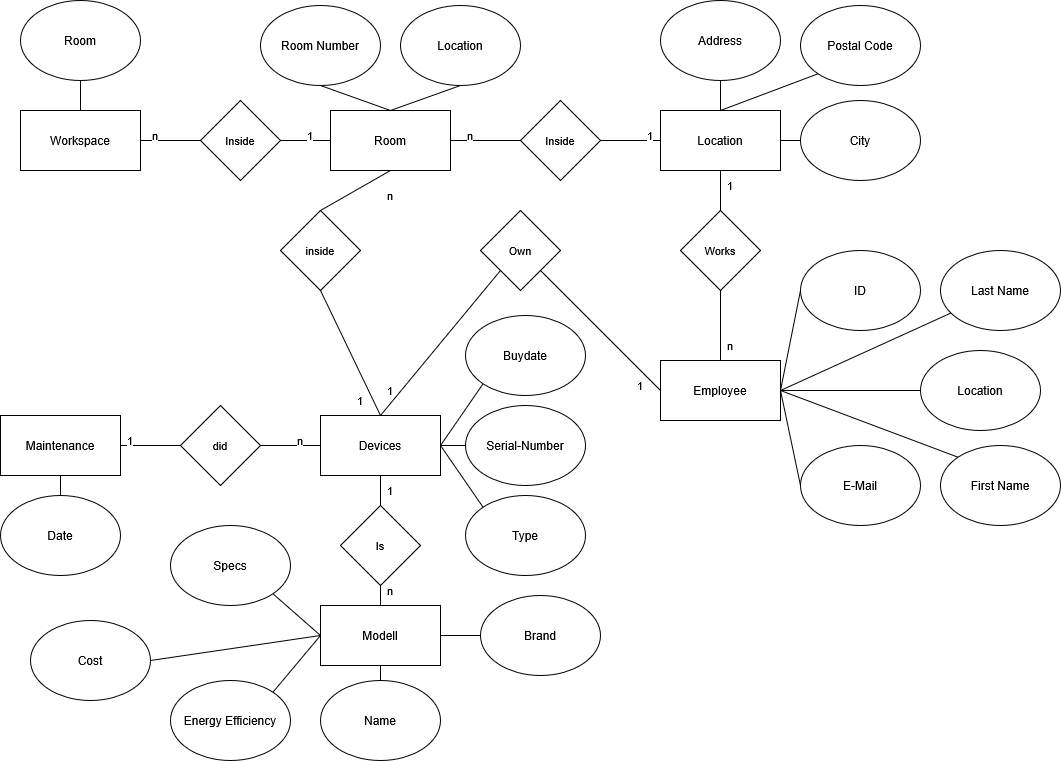
Before: Planing/ERD-Modell.png, a diagram exported from draw.io (Moesly2904/Learning_Field_02). Source tidied: cells renumbered, new cells last; positions are measured from the earlier drawing's top-left corner, leaving out a move shared by most shapes.
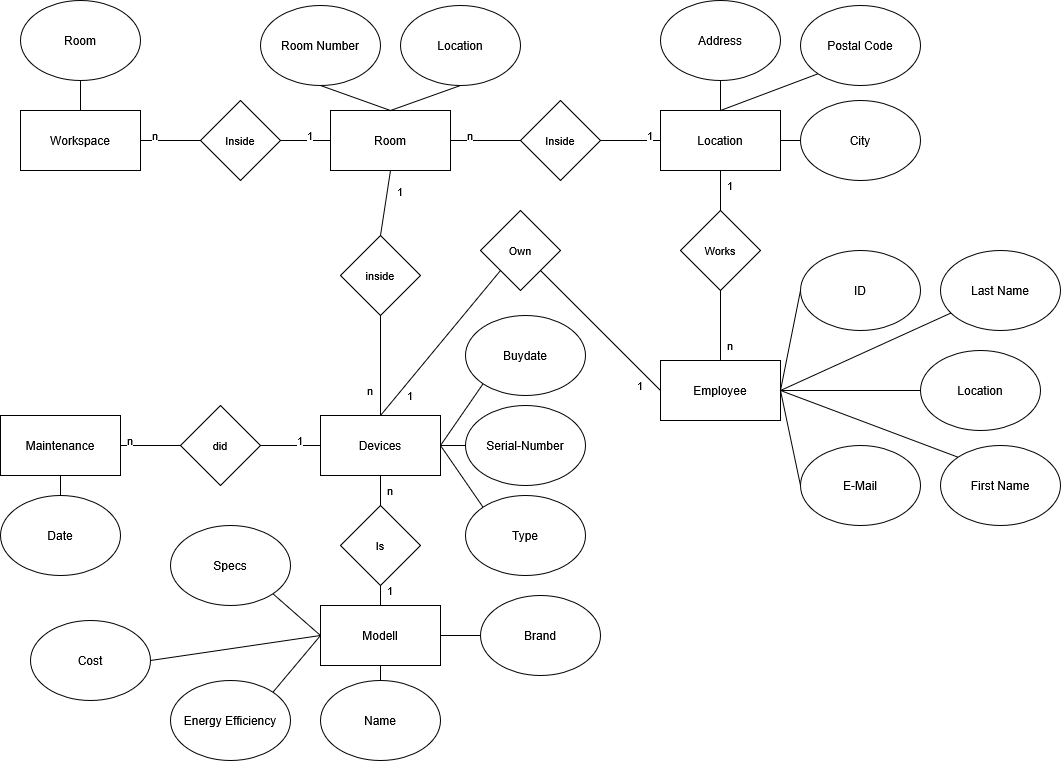
The same diagram one commit later.

What changed in the source:
```diff
@@ -178,7 +178,7 @@
       <mxGeometry x="480" y="210" width="80" height="80" as="geometry" />
     </mxCell>
     <mxCell id="59" value="1" style="text;html=1;whiteSpace=wrap;strokeColor=none;fillColor=none;align=center;verticalAlign=middle;rounded=0;fontFamily=Helvetica;fontSize=11;fontColor=default;labelBackgroundColor=default;" parent="1" vertex="1">
-      <mxGeometry x="360" y="375" width="60" height="30" as="geometry" />
+      <mxGeometry x="380" y="380" width="60" height="30" as="geometry" />
     </mxCell>
     <mxCell id="60" value="1" style="text;html=1;whiteSpace=wrap;strokeColor=none;fillColor=none;align=center;verticalAlign=middle;rounded=0;fontFamily=Helvetica;fontSize=11;fontColor=default;labelBackgroundColor=default;" parent="1" vertex="1">
       <mxGeometry x="610" y="370" width="60" height="30" as="geometry" />
@@ -192,13 +192,13 @@
     <mxCell id="63" value="did" style="rhombus;whiteSpace=wrap;html=1;fontFamily=Helvetica;fontSize=11;fontColor=default;labelBackgroundColor=default;" parent="1" vertex="1">
       <mxGeometry x="180" y="405" width="80" height="80" as="geometry" />
     </mxCell>
-    <mxCell id="64" value="1" style="text;html=1;whiteSpace=wrap;strokeColor=none;fillColor=none;align=center;verticalAlign=middle;rounded=0;fontFamily=Helvetica;fontSize=11;fontColor=default;labelBackgroundColor=default;" parent="1" vertex="1">
+    <mxCell id="64" value="n" style="text;html=1;whiteSpace=wrap;strokeColor=none;fillColor=none;align=center;verticalAlign=middle;rounded=0;fontFamily=Helvetica;fontSize=11;fontColor=default;labelBackgroundColor=default;" parent="1" vertex="1">
       <mxGeometry x="100" y="425" width="60" height="30" as="geometry" />
     </mxCell>
-    <mxCell id="65" value="n" style="text;html=1;whiteSpace=wrap;strokeColor=none;fillColor=none;align=center;verticalAlign=middle;rounded=0;fontFamily=Helvetica;fontSize=11;fontColor=default;labelBackgroundColor=default;" parent="1" vertex="1">
+    <mxCell id="65" value="1" style="text;html=1;whiteSpace=wrap;strokeColor=none;fillColor=none;align=center;verticalAlign=middle;rounded=0;fontFamily=Helvetica;fontSize=11;fontColor=default;labelBackgroundColor=default;" parent="1" vertex="1">
       <mxGeometry x="270" y="425" width="60" height="30" as="geometry" />
     </mxCell>
-    <mxCell id="66" value="1" style="text;html=1;whiteSpace=wrap;strokeColor=none;fillColor=none;align=center;verticalAlign=middle;rounded=0;fontFamily=Helvetica;fontSize=11;fontColor=default;labelBackgroundColor=default;" parent="1" vertex="1">
+    <mxCell id="66" value="n" style="text;html=1;whiteSpace=wrap;strokeColor=none;fillColor=none;align=center;verticalAlign=middle;rounded=0;fontFamily=Helvetica;fontSize=11;fontColor=default;labelBackgroundColor=default;" parent="1" vertex="1">
       <mxGeometry x="360" y="475" width="60" height="30" as="geometry" />
     </mxCell>
     <mxCell id="67" style="edgeStyle=none;shape=connector;rounded=0;jettySize=auto;html=1;exitX=0.5;exitY=0;exitDx=0;exitDy=0;entryX=0.5;entryY=1;entryDx=0;entryDy=0;strokeColor=default;align=center;verticalAlign=middle;fontFamily=Helvetica;fontSize=11;fontColor=default;labelBackgroundColor=default;endArrow=none;endFill=0;" parent="1" edge="1" source="68" target="5">
@@ -207,7 +207,7 @@
     <mxCell id="68" value="Is" style="rhombus;whiteSpace=wrap;html=1;fontFamily=Helvetica;fontSize=11;fontColor=default;labelBackgroundColor=default;" parent="1" vertex="1">
       <mxGeometry x="340" y="505" width="80" height="80" as="geometry" />
     </mxCell>
-    <mxCell id="69" value="n" style="text;html=1;whiteSpace=wrap;strokeColor=none;fillColor=none;align=center;verticalAlign=middle;rounded=0;fontFamily=Helvetica;fontSize=11;fontColor=default;labelBackgroundColor=default;" parent="1" vertex="1">
+    <mxCell id="69" value="1" style="text;html=1;whiteSpace=wrap;strokeColor=none;fillColor=none;align=center;verticalAlign=middle;rounded=0;fontFamily=Helvetica;fontSize=11;fontColor=default;labelBackgroundColor=default;" parent="1" vertex="1">
       <mxGeometry x="360" y="575" width="60" height="30" as="geometry" />
     </mxCell>
     <mxCell id="70" style="edgeStyle=none;shape=connector;rounded=0;jettySize=auto;html=1;exitX=1;exitY=1;exitDx=0;exitDy=0;entryX=0;entryY=0.5;entryDx=0;entryDy=0;strokeColor=default;align=center;verticalAlign=middle;fontFamily=Helvetica;fontSize=11;fontColor=default;labelBackgroundColor=default;endArrow=none;endFill=0;" parent="1" edge="1" source="71" target="9">
@@ -244,13 +244,13 @@
       <mxGeometry relative="1" as="geometry" />
     </mxCell>
     <mxCell id="81" value="inside" style="rhombus;whiteSpace=wrap;html=1;fontFamily=Helvetica;fontSize=11;fontColor=default;labelBackgroundColor=default;" parent="1" vertex="1">
-      <mxGeometry x="280" y="210" width="80" height="80" as="geometry" />
+      <mxGeometry x="340" y="235" width="80" height="80" as="geometry" />
     </mxCell>
-    <mxCell id="82" value="1" style="text;html=1;whiteSpace=wrap;strokeColor=none;fillColor=none;align=center;verticalAlign=middle;rounded=0;fontFamily=Helvetica;fontSize=11;fontColor=default;labelBackgroundColor=default;" parent="1" vertex="1">
-      <mxGeometry x="330" y="385" width="60" height="30" as="geometry" />
+    <mxCell id="82" value="n" style="text;html=1;whiteSpace=wrap;strokeColor=none;fillColor=none;align=center;verticalAlign=middle;rounded=0;fontFamily=Helvetica;fontSize=11;fontColor=default;labelBackgroundColor=default;" parent="1" vertex="1">
+      <mxGeometry x="340" y="375" width="60" height="30" as="geometry" />
     </mxCell>
-    <mxCell id="83" value="n" style="text;html=1;whiteSpace=wrap;strokeColor=none;fillColor=none;align=center;verticalAlign=middle;rounded=0;fontFamily=Helvetica;fontSize=11;fontColor=default;labelBackgroundColor=default;" parent="1" vertex="1">
-      <mxGeometry x="360" y="180" width="60" height="30" as="geometry" />
+    <mxCell id="83" value="1" style="text;html=1;whiteSpace=wrap;strokeColor=none;fillColor=none;align=center;verticalAlign=middle;rounded=0;fontFamily=Helvetica;fontSize=11;fontColor=default;labelBackgroundColor=default;" parent="1" vertex="1">
+      <mxGeometry x="370" y="176" width="60" height="30" as="geometry" />
     </mxCell>
   </root>
 </mxGraphModel>
```
